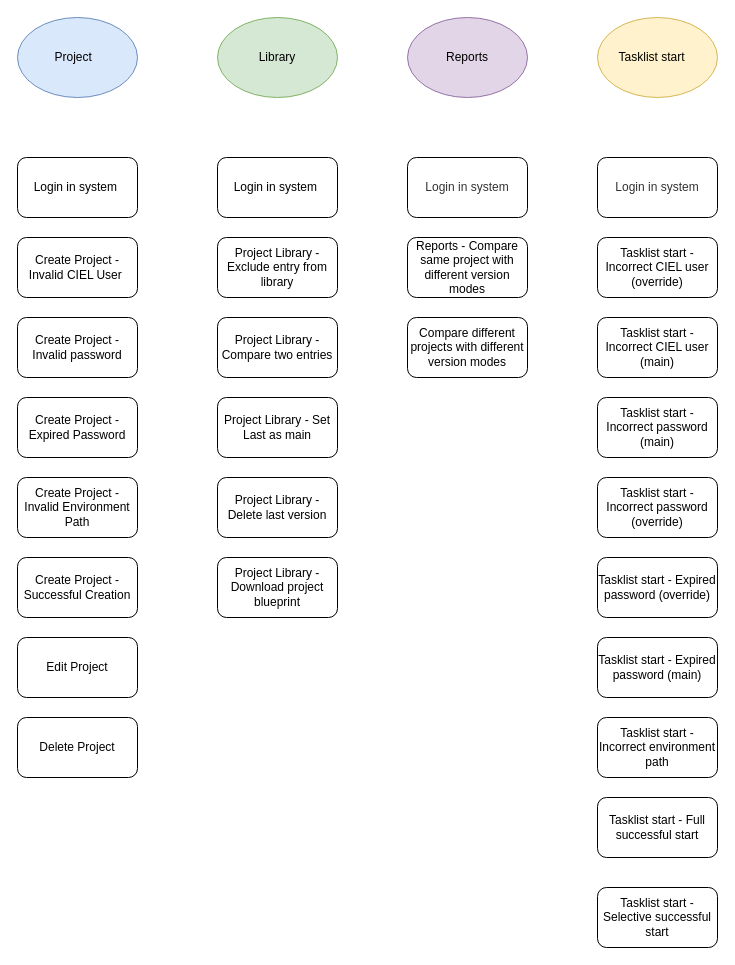
Before: ORCA.drawio in Natali1429/DIA, a draw.io diagram. Source tidied: cells renumbered, new cells numbered last; positions are measured from the earlier drawing's top-left corner, leaving out a move shared by most shapes. Both pictures are drawn from the tidied source at 100%, with x=0, y=0 at pixel (17, 17).
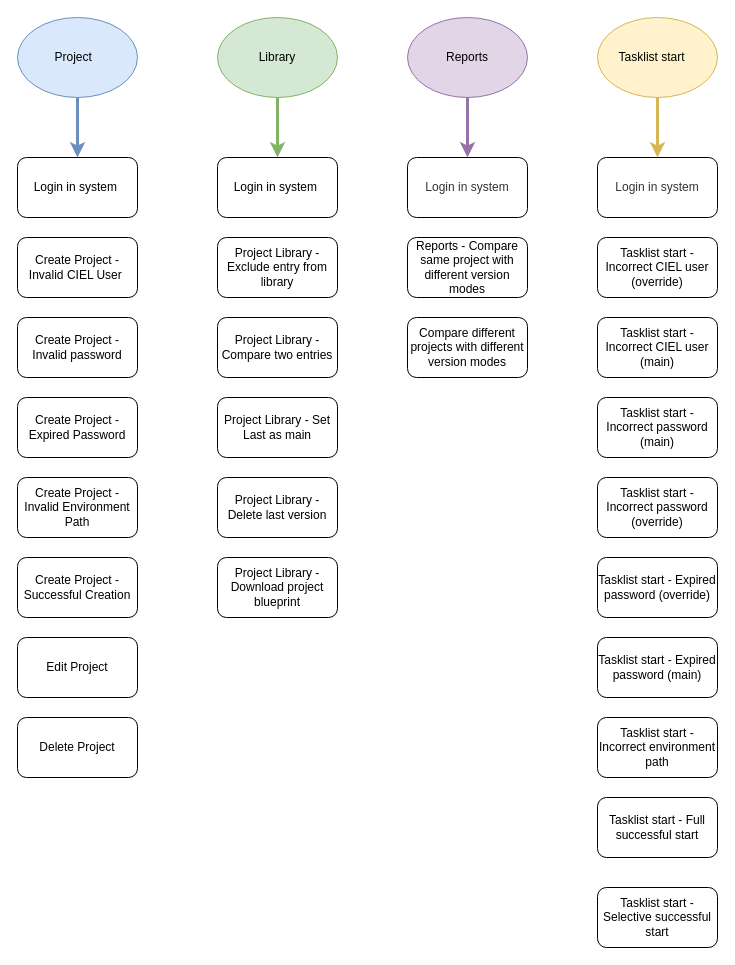
After the change.

Unchanged cells that the change refers to:
```xml
<mxCell id="2" value="Login in system&amp;nbsp;" style="rounded=1;whiteSpace=wrap;html=1;" parent="1" vertex="1">
  <mxGeometry y="140" width="120" height="60" as="geometry" />
</mxCell>
<mxCell id="5" value="&lt;div style=&quot;text-align: left&quot;&gt;&lt;font color=&quot;#333333&quot; face=&quot;arial, sans-serif&quot; size=&quot;1&quot;&gt;&lt;span style=&quot;background-color: rgb(255 , 255 , 255) ; font-size: 12px&quot;&gt;Login in system&lt;/span&gt;&lt;/font&gt;&lt;/div&gt;" style="rounded=1;whiteSpace=wrap;html=1;" parent="1" vertex="1">
  <mxGeometry x="580" y="140" width="120" height="60" as="geometry" />
</mxCell>
<mxCell id="14" value="&lt;span style=&quot;color: rgb(51 , 51 , 51) ; font-family: &amp;#34;arial&amp;#34; , sans-serif ; text-align: left ; white-space: normal ; background-color: rgb(255 , 255 , 255)&quot;&gt;Login in system&lt;/span&gt;" style="rounded=1;whiteSpace=wrap;html=1;" parent="1" vertex="1">
  <mxGeometry x="390" y="140" width="120" height="60" as="geometry" />
</mxCell>
<mxCell id="16" value="Reports" style="ellipse;whiteSpace=wrap;html=1;fillColor=#e1d5e7;strokeColor=#9673a6;" parent="1" vertex="1">
  <mxGeometry x="390" width="120" height="80" as="geometry" />
</mxCell>
<mxCell id="17" value="&lt;p class=&quot;MsoListParagraph&quot; style=&quot;text-indent: -18.0pt&quot;&gt;&amp;nbsp; &amp;nbsp; Tasklist start&lt;/p&gt;" style="ellipse;whiteSpace=wrap;html=1;fillColor=#fff2cc;strokeColor=#d6b656;" parent="1" vertex="1">
  <mxGeometry x="580" width="120" height="80" as="geometry" />
</mxCell>
<mxCell id="18" value="&lt;p class=&quot;MsoListParagraph&quot; style=&quot;text-indent: -18.0pt&quot;&gt;&lt;span lang=&quot;EN-US&quot;&gt;&lt;span style=&quot;font-stretch: normal ; font-size: 7pt ; line-height: normal ; font-family: &amp;#34;times new roman&amp;#34;&quot;&gt;&amp;nbsp; &amp;nbsp; &amp;nbsp; &amp;nbsp;&lt;/span&gt;&lt;/span&gt;&lt;span lang=&quot;EN-US&quot;&gt;Project&lt;/span&gt;&lt;/p&gt;" style="ellipse;whiteSpace=wrap;html=1;fillColor=#dae8fc;strokeColor=#6c8ebf;" parent="1" vertex="1">
  <mxGeometry width="120" height="80" as="geometry" />
</mxCell>
<mxCell id="19" value="Library" style="ellipse;whiteSpace=wrap;html=1;fillColor=#d5e8d4;strokeColor=#82b366;" parent="1" vertex="1">
  <mxGeometry x="200" width="120" height="80" as="geometry" />
</mxCell>
<mxCell id="25" value="Login in system&amp;nbsp;" style="rounded=1;whiteSpace=wrap;html=1;" parent="1" vertex="1">
  <mxGeometry x="200" y="140" width="120" height="60" as="geometry" />
</mxCell>
```

The edit, as a diff of the source:
```diff
@@
+    <mxCell id="33" style="endArrow=classic;html=1;entryX=0.5;entryY=0;entryDx=0;entryDy=0;exitX=0.5;exitY=1;exitDx=0;exitDy=0;strokeWidth=3;fillColor=#e1d5e7;strokeColor=#9673a6;" parent="1" edge="1" source="16" target="14">
+      <mxGeometry relative="1" as="geometry" />
+    </mxCell>
+    <mxCell id="34" style="endArrow=classic;html=1;exitX=0.5;exitY=1;exitDx=0;exitDy=0;strokeWidth=3;fillColor=#fff2cc;strokeColor=#d6b656;" parent="1" edge="1" source="17" target="5">
+      <mxGeometry relative="1" as="geometry" />
+    </mxCell>
+    <mxCell id="35" style="endArrow=classic;html=1;entryX=0.5;entryY=0;entryDx=0;entryDy=0;exitX=0.5;exitY=1;exitDx=0;exitDy=0;strokeWidth=3;fillColor=#dae8fc;strokeColor=#6c8ebf;" parent="1" edge="1" source="18" target="2">
+      <mxGeometry relative="1" as="geometry" />
+    </mxCell>
+    <mxCell id="36" style="endArrow=classic;html=1;exitX=0.5;exitY=1;exitDx=0;exitDy=0;strokeWidth=3;fillColor=#d5e8d4;strokeColor=#82b366;" parent="1" edge="1" source="19" target="25">
+      <mxGeometry relative="1" as="geometry" />
+    </mxCell>
```
